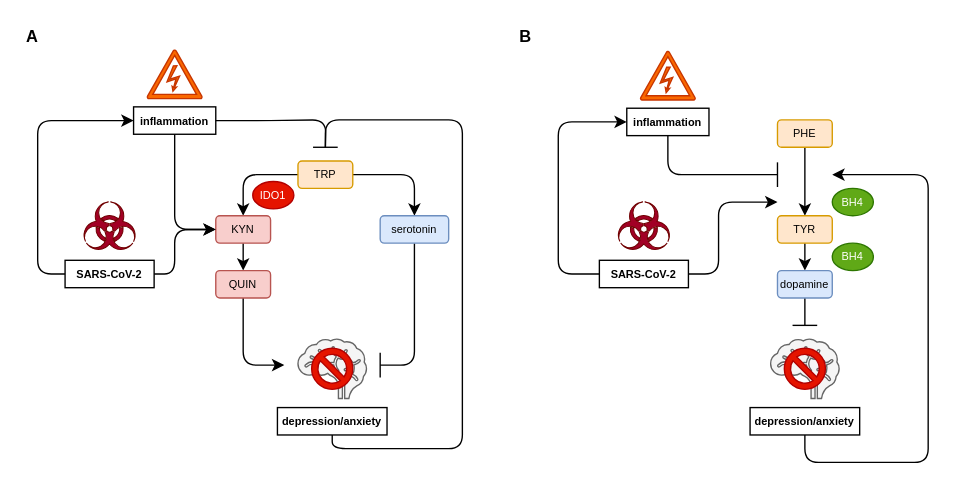
This is aux files/summary.drawio from PiotrTymoszuk/stigma_validation, a draw.io file, before an edit. Source tidied: cells renumbered, new cells numbered last; positions are measured from the earlier drawing's top-left corner, leaving out a move shared by most shapes. Both pictures are drawn from the tidied source at 137%, with x=0, y=0 at pixel (23, 23). Pictures stored in the file or linked from it are replaced by grey dashed boxes.
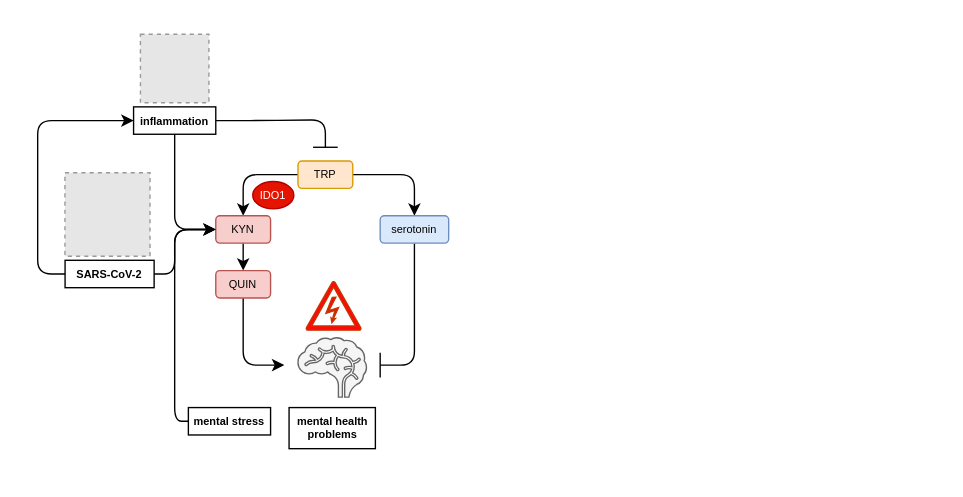
After the change.

The change refers to these unchanged cells:
```xml
<mxCell id="21" style="group;" parent="1" vertex="1">
  <mxGeometry x="80" y="19" width="60" height="61.5" as="geometry" />
</mxCell>
<mxCell id="23" value="inflammation" style="rounded=0;whiteSpace=wrap;html=1;fontSize=8;fontStyle=1;" parent="21" vertex="1">
  <mxGeometry y="41.5" width="60" height="20" as="geometry" />
</mxCell>
```

Change to the diagram source:
```diff
@@
     <mxCell id="12" style="group;" parent="1" vertex="1">
-      <mxGeometry x="200" y="230" width="50" height="43.4" as="geometry" />
+      <mxGeometry x="200" y="229" width="50" height="43.4" as="geometry" />
     </mxCell>
@@
-    <mxCell id="14" style="verticalLabelPosition=bottom;verticalAlign=top;html=1;shape=mxgraph.basic.no_symbol;fontSize=8;fillColor=#e51400;fontColor=#ffffff;strokeColor=#B20000;" parent="12" vertex="1">
-      <mxGeometry x="10" y="6.7" width="30" height="30" as="geometry" />
-    </mxCell>
-    <mxCell id="15" style="edgeStyle=orthogonalEdgeStyle;rounded=1;comic=0;sketch=0;jumpStyle=none;jettySize=auto;html=1;shadow=0;fontSize=8;startArrow=none;startFill=0;endArrow=baseDash;endFill=0;endSize=16;strokeWidth=1;jumpSize=6;" parent="1" edge="1" source="16">
-      <mxGeometry relative="1" as="geometry">
-        <mxPoint x="220" y="90" as="targetPoint" />
-        <Array as="points">
-          <mxPoint x="225" y="310" />
-          <mxPoint x="320" y="310" />
-          <mxPoint x="320" y="70" />
-          <mxPoint x="220" y="70" />
-        </Array>
-      </mxGeometry>
-    </mxCell>
-    <mxCell id="16" value="depression/anxiety" style="rounded=0;whiteSpace=wrap;html=1;fontSize=8;fontStyle=1;" parent="1" vertex="1">
-      <mxGeometry x="185" y="280" width="80" height="20" as="geometry" />
-    </mxCell>
+    <mxCell id="51" style="shape=mxgraph.signs.safety.high_voltage_3;html=1;fillColor=#FF0808;strokeColor=#C73500;verticalLabelPosition=bottom;verticalAlign=top;align=center;sketch=0;fontSize=8;fontColor=#000000;" parent="12" vertex="1">
+      <mxGeometry x="6" y="-41" width="40" height="35.5" as="geometry" />
+    </mxCell>
     <mxCell id="17" style="group;" parent="1" vertex="1">
-      <mxGeometry x="30" y="120" width="65" height="72.5" as="geometry" />
+      <mxGeometry x="30" y="120" width="72.5" height="72.5" as="geometry" />
     </mxCell>
-    <mxCell id="18" style="fontColor=#ffffff;verticalAlign=top;verticalLabelPosition=bottom;labelPosition=center;align=center;html=1;fillColor=#a20025;strokeColor=#6F0000;gradientDirection=north;strokeWidth=2;shape=mxgraph.networks.virus;fontSize=8;" parent="17" vertex="1">
-      <mxGeometry x="12.5" y="10" width="40" height="36" as="geometry" />
-    </mxCell>
@@
+    <mxCell id="52" style="fillColor=#E6E6E6;strokeColor=#999999;dashed=1;verticalLabelPosition=bottom;verticalAlign=top;" parent="17" vertex="1">
+      <mxGeometry x="-0.1" y="-11.4" width="62.1" height="60.9" as="geometry" />
+    </mxCell>
@@
-    <mxCell id="22" style="shape=mxgraph.signs.safety.high_voltage_3;html=1;fillColor=#fa6800;strokeColor=#C73500;verticalLabelPosition=bottom;verticalAlign=top;align=center;sketch=0;fontSize=8;fontColor=#000000;" parent="21" vertex="1">
-      <mxGeometry x="10" width="40" height="35.5" as="geometry" />
-    </mxCell>
@@
+    <mxCell id="53" style="fillColor=#E6E6E6;strokeColor=#999999;dashed=1;verticalLabelPosition=bottom;verticalAlign=top;" parent="21" vertex="1">
+      <mxGeometry x="5" y="-11.5" width="50" height="50" as="geometry" />
+    </mxCell>
-    <mxCell id="24" style="edgeStyle=orthogonalEdgeStyle;rounded=1;comic=0;sketch=0;jumpStyle=none;jumpSize=6;jettySize=auto;html=1;exitX=1;exitY=0.5;exitDx=0;exitDy=0;shadow=0;fontSize=8;startArrow=none;startFill=0;endArrow=none;endFill=0;endSize=6;strokeWidth=1;" parent="1" edge="1" source="23">
+    <mxCell id="24" style="edgeStyle=orthogonalEdgeStyle;rounded=1;comic=0;sketch=0;jumpStyle=none;jumpSize=6;jettySize=auto;html=1;exitX=1;exitY=0.5;exitDx=0;exitDy=0;shadow=0;fontSize=8;startArrow=none;startFill=0;endArrow=baseDash;endFill=0;endSize=16;strokeWidth=1;" parent="1" edge="1" source="23">
       <mxGeometry relative="1" as="geometry">
         <mxPoint x="220" y="90" as="targetPoint" />
+        <Array as="points">
+          <mxPoint x="175" y="71" />
+          <mxPoint x="220" y="70" />
+        </Array>
       </mxGeometry>
     </mxCell>
@@
-    <mxCell id="27" style="edgeStyle=orthogonalEdgeStyle;rounded=1;comic=0;sketch=0;jumpStyle=none;jumpSize=6;jettySize=auto;html=1;exitX=0.5;exitY=1;exitDx=0;exitDy=0;entryX=0.5;entryY=0;entryDx=0;entryDy=0;shadow=0;fontSize=8;startArrow=none;startFill=0;endArrow=classic;endFill=1;endSize=6;strokeWidth=1;" parent="1" edge="1" source="28" target="30">
-      <mxGeometry relative="1" as="geometry" />
-    </mxCell>
-    <mxCell id="28" value="PHE" style="rounded=1;whiteSpace=wrap;html=1;fontSize=8;fillColor=#ffe6cc;strokeColor=#d79b00;" parent="1" vertex="1">
-      <mxGeometry x="550" y="70" width="40" height="20" as="geometry" />
-    </mxCell>
-    <mxCell id="29" style="edgeStyle=orthogonalEdgeStyle;rounded=1;comic=0;sketch=0;jumpStyle=none;jumpSize=6;jettySize=auto;html=1;exitX=0.5;exitY=1;exitDx=0;exitDy=0;entryX=0.5;entryY=0;entryDx=0;entryDy=0;shadow=0;fontSize=8;startArrow=none;startFill=0;endArrow=classic;endFill=1;endSize=6;strokeWidth=1;" parent="1" edge="1" source="30" target="32">
-      <mxGeometry relative="1" as="geometry" />
-    </mxCell>
-    <mxCell id="30" value="TYR" style="rounded=1;whiteSpace=wrap;html=1;fontSize=8;fillColor=#ffe6cc;strokeColor=#d79b00;" parent="1" vertex="1">
-      <mxGeometry x="550" y="140" width="40" height="20" as="geometry" />
-    </mxCell>
-    <mxCell id="31" style="edgeStyle=orthogonalEdgeStyle;rounded=1;comic=0;sketch=0;jumpStyle=none;jumpSize=6;jettySize=auto;html=1;shadow=0;fontSize=8;startArrow=none;startFill=0;endArrow=baseDash;endFill=0;endSize=16;strokeWidth=1;" parent="1" edge="1" source="32">
-      <mxGeometry relative="1" as="geometry">
-        <mxPoint x="570" y="220" as="targetPoint" />
-      </mxGeometry>
-    </mxCell>
-    <mxCell id="32" value="dopamine" style="rounded=1;whiteSpace=wrap;html=1;fontSize=8;fillColor=#dae8fc;strokeColor=#6c8ebf;" parent="1" vertex="1">
-      <mxGeometry x="550" y="180" width="40" height="20" as="geometry" />
-    </mxCell>
-    <mxCell id="33" style="group;" parent="1" vertex="1">
-      <mxGeometry x="545" y="230" width="50" height="43.4" as="geometry" />
-    </mxCell>
-    <mxCell id="34" style="shape=mxgraph.signs.healthcare.brain;html=1;fillColor=#f5f5f5;strokeColor=#666666;verticalLabelPosition=bottom;verticalAlign=top;align=center;sketch=0;fontSize=8;fontColor=#333333;" parent="33" vertex="1">
-      <mxGeometry width="50" height="43.4" as="geometry" />
-    </mxCell>
-    <mxCell id="35" style="verticalLabelPosition=bottom;verticalAlign=top;html=1;shape=mxgraph.basic.no_symbol;fontSize=8;fillColor=#e51400;fontColor=#ffffff;strokeColor=#B20000;" parent="33" vertex="1">
-      <mxGeometry x="10" y="6.7" width="30" height="30" as="geometry" />
-    </mxCell>
-    <mxCell id="36" style="edgeStyle=orthogonalEdgeStyle;rounded=1;comic=0;sketch=0;jumpStyle=none;jumpSize=6;jettySize=auto;html=1;exitX=0.5;exitY=1;exitDx=0;exitDy=0;shadow=0;fontSize=12;startArrow=none;startFill=0;endArrow=classic;endFill=1;endSize=6;strokeWidth=1;" parent="1" edge="1" source="37">
-      <mxGeometry relative="1" as="geometry">
-        <mxPoint x="590" y="110" as="targetPoint" />
-        <Array as="points">
-          <mxPoint x="570" y="320" />
-          <mxPoint x="660" y="320" />
-          <mxPoint x="660" y="110" />
-        </Array>
-      </mxGeometry>
-    </mxCell>
-    <mxCell id="37" value="depression/anxiety" style="rounded=0;whiteSpace=wrap;html=1;fontSize=8;fontStyle=1;" parent="1" vertex="1">
-      <mxGeometry x="530" y="280" width="80" height="20" as="geometry" />
-    </mxCell>
-    <mxCell id="38" value="A" style="text;html=1;strokeColor=none;fillColor=none;align=left;verticalAlign=middle;whiteSpace=wrap;rounded=0;fontSize=12;fontStyle=1;" parent="1" vertex="1">
-      <mxGeometry width="20" height="20" as="geometry" />
-    </mxCell>
-    <mxCell id="39" value="B" style="text;html=1;strokeColor=none;fillColor=none;align=left;verticalAlign=middle;whiteSpace=wrap;rounded=0;fontSize=12;fontStyle=1;" parent="1" vertex="1">
-      <mxGeometry x="360" width="20" height="20" as="geometry" />
-    </mxCell>
-    <mxCell id="40" style="group;" parent="1" vertex="1">
-      <mxGeometry x="440" y="20" width="60" height="61.5" as="geometry" />
-    </mxCell>
-    <mxCell id="41" style="shape=mxgraph.signs.safety.high_voltage_3;html=1;fillColor=#fa6800;strokeColor=#C73500;verticalLabelPosition=bottom;verticalAlign=top;align=center;sketch=0;fontSize=8;fontColor=#000000;" parent="40" vertex="1">
-      <mxGeometry x="10" width="40" height="35.5" as="geometry" />
-    </mxCell>
-    <mxCell id="42" value="inflammation" style="rounded=0;whiteSpace=wrap;html=1;fontSize=8;fontStyle=1;" parent="40" vertex="1">
-      <mxGeometry y="41.5" width="60" height="20" as="geometry" />
-    </mxCell>
-    <mxCell id="43" style="group;" parent="1" vertex="1">
-      <mxGeometry x="420" y="120" width="65" height="72.5" as="geometry" />
-    </mxCell>
-    <mxCell id="44" style="fontColor=#ffffff;verticalAlign=top;verticalLabelPosition=bottom;labelPosition=center;align=center;html=1;fillColor=#a20025;strokeColor=#6F0000;gradientDirection=north;strokeWidth=2;shape=mxgraph.networks.virus;fontSize=8;" parent="43" vertex="1">
-      <mxGeometry x="12.5" y="10" width="40" height="36" as="geometry" />
-    </mxCell>
-    <mxCell id="45" value="SARS-CoV-2" style="rounded=0;whiteSpace=wrap;html=1;fontSize=8;fontStyle=1;" parent="43" vertex="1">
-      <mxGeometry y="52.5" width="65" height="20" as="geometry" />
-    </mxCell>
-    <mxCell id="46" style="edgeStyle=orthogonalEdgeStyle;rounded=1;comic=0;sketch=0;jumpStyle=none;jumpSize=6;jettySize=auto;html=1;exitX=1;exitY=0.5;exitDx=0;exitDy=0;shadow=0;fontSize=12;startArrow=none;startFill=0;endArrow=classic;endFill=1;endSize=6;strokeWidth=1;" parent="1" edge="1" source="45">
-      <mxGeometry relative="1" as="geometry">
-        <mxPoint x="550" y="130" as="targetPoint" />
-        <Array as="points">
-          <mxPoint x="507" y="183" />
-          <mxPoint x="507" y="130" />
-          <mxPoint x="550" y="130" />
-        </Array>
-      </mxGeometry>
-    </mxCell>
-    <mxCell id="47" style="edgeStyle=orthogonalEdgeStyle;rounded=1;comic=0;sketch=0;jumpStyle=none;jumpSize=6;jettySize=auto;html=1;exitX=0.5;exitY=1;exitDx=0;exitDy=0;shadow=0;fontSize=12;startArrow=none;startFill=0;endArrow=baseDash;endFill=0;endSize=16;strokeWidth=1;" parent="1" edge="1" source="42">
-      <mxGeometry relative="1" as="geometry">
-        <mxPoint x="550" y="110" as="targetPoint" />
-        <Array as="points">
-          <mxPoint x="470" y="110" />
-          <mxPoint x="550" y="110" />
-        </Array>
-      </mxGeometry>
-    </mxCell>
-    <mxCell id="48" value="BH4" style="ellipse;whiteSpace=wrap;html=1;fontSize=8;fillColor=#60a917;fontColor=#ffffff;strokeColor=#2D7600;" parent="1" vertex="1">
-      <mxGeometry x="590" y="160" width="30" height="20" as="geometry" />
-    </mxCell>
-    <mxCell id="49" value="BH4" style="ellipse;whiteSpace=wrap;html=1;fontSize=8;fillColor=#60a917;fontColor=#ffffff;strokeColor=#2D7600;" parent="1" vertex="1">
-      <mxGeometry x="590" y="120" width="30" height="20" as="geometry" />
-    </mxCell>
-    <mxCell id="50" style="edgeStyle=orthogonalEdgeStyle;rounded=1;comic=0;sketch=0;jumpStyle=none;jumpSize=6;jettySize=auto;html=1;entryX=0;entryY=0.5;entryDx=0;entryDy=0;shadow=0;fontSize=12;startArrow=none;startFill=0;endArrow=classic;endFill=1;endSize=6;strokeWidth=1;" parent="1" edge="1" source="45" target="42">
-      <mxGeometry relative="1" as="geometry">
-        <Array as="points">
-          <mxPoint x="390" y="183" />
-          <mxPoint x="390" y="72" />
-        </Array>
-      </mxGeometry>
-    </mxCell>
+    <mxCell id="54" style="edgeStyle=orthogonalEdgeStyle;rounded=1;jettySize=auto;html=1;exitX=0;exitY=0.5;exitDx=0;exitDy=0;" parent="1" edge="1" source="55">
+      <mxGeometry relative="1" as="geometry">
+        <mxPoint x="140" y="150" as="targetPoint" />
+        <Array as="points">
+          <mxPoint x="110" y="290" />
+          <mxPoint x="110" y="150" />
+        </Array>
+      </mxGeometry>
+    </mxCell>
+    <mxCell id="55" value="mental stress" style="rounded=0;whiteSpace=wrap;html=1;fontSize=8;fontStyle=1;" parent="1" vertex="1">
+      <mxGeometry x="120" y="280" width="60" height="20" as="geometry" />
+    </mxCell>
+    <mxCell id="56" value="mental health problems" style="rounded=0;whiteSpace=wrap;html=1;fontSize=8;fontStyle=1;" parent="1" vertex="1">
+      <mxGeometry x="193.5" y="280" width="63" height="30" as="geometry" />
+    </mxCell>
```
